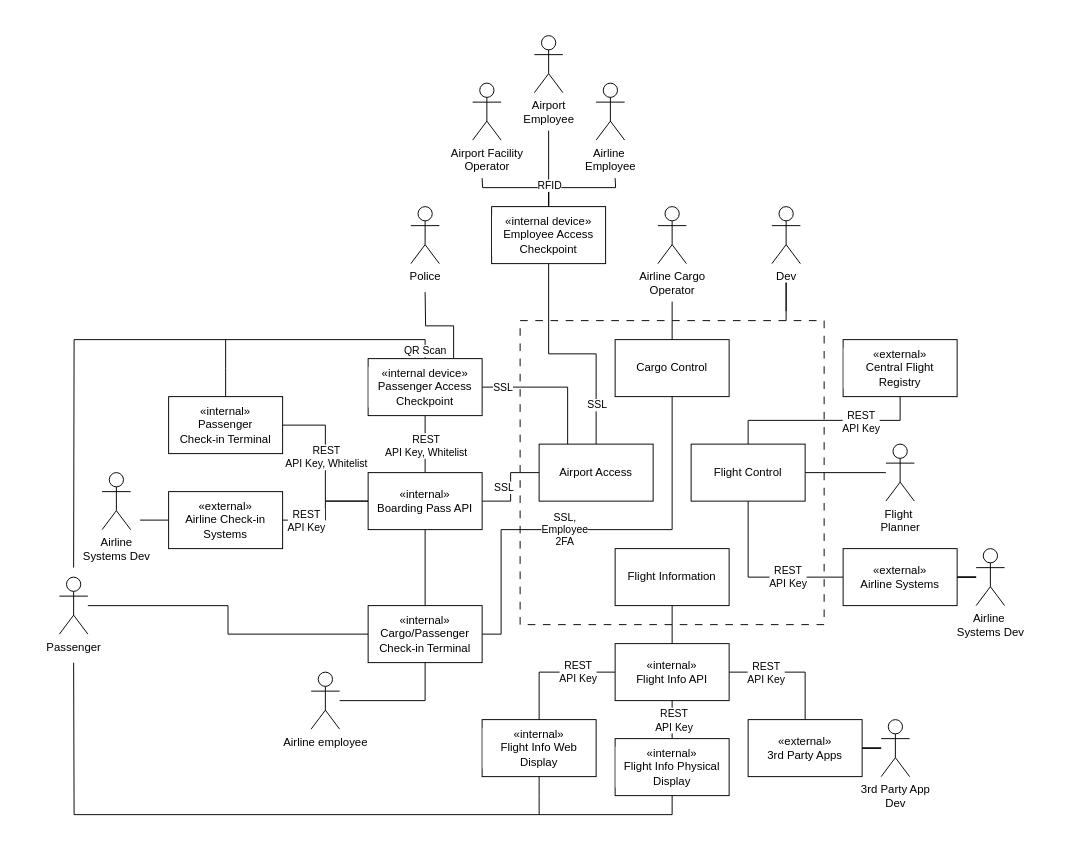
Above: Diagrams/formal_context_diagram.drawio in oskarbreindahl/Softwarebyggehygge (draw.io), before the change. Source tidied: cells renumbered, new cells numbered last; positions are measured from the earlier drawing's top-left corner, leaving out a move shared by most shapes. Both pictures are drawn from the tidied source at 95%, with x=0, y=0 at pixel (16, 16).
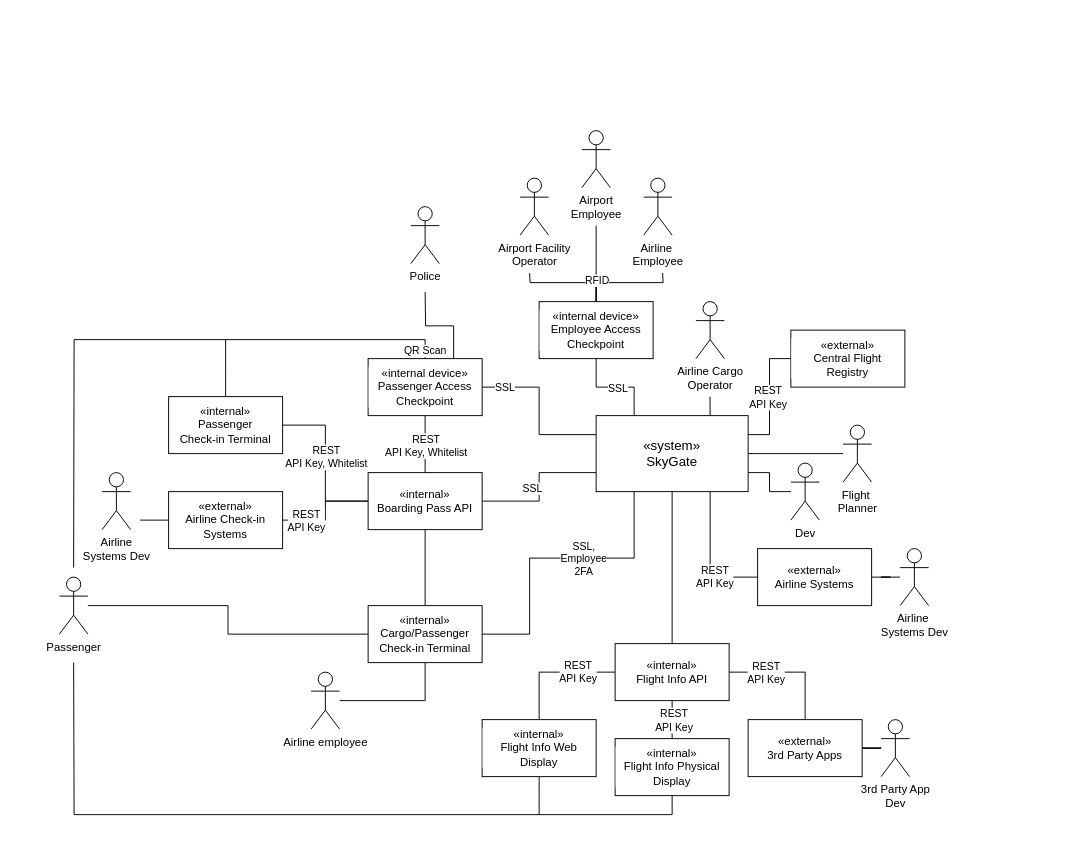
The same page after the edit.

Unchanged cells that the change refers to:
```xml
<mxCell id="32" value="&lt;div&gt;&lt;font style=&quot;font-size: 12px;&quot;&gt;«internal»&lt;/font&gt;&lt;/div&gt;&lt;div&gt;&lt;font style=&quot;font-size: 12px;&quot;&gt;Flight Info API&lt;br&gt;&lt;/font&gt;&lt;/div&gt;" style="html=1;whiteSpace=wrap;rounded=0;strokeColor=default;align=center;verticalAlign=middle;fontFamily=Helvetica;fontSize=11;fontColor=default;labelBackgroundColor=default;fillColor=default;" parent="1" vertex="1">
  <mxGeometry x="630" y="660" width="120" height="60" as="geometry" />
</mxCell>
<mxCell id="39" value="&lt;div&gt;&lt;font style=&quot;font-size: 12px;&quot;&gt;«internal»&lt;/font&gt;&lt;/div&gt;&lt;div&gt;&lt;font style=&quot;font-size: 12px;&quot;&gt;Boarding Pass API&lt;br&gt;&lt;/font&gt;&lt;/div&gt;" style="html=1;whiteSpace=wrap;rounded=0;strokeColor=default;align=center;verticalAlign=middle;fontFamily=Helvetica;fontSize=11;fontColor=default;labelBackgroundColor=default;fillColor=default;" parent="1" vertex="1">
  <mxGeometry x="370" y="480" width="120" height="60" as="geometry" />
</mxCell>
<mxCell id="51" value="&lt;div&gt;&lt;font style=&quot;font-size: 12px;&quot;&gt;«internal device»&lt;/font&gt;&lt;/div&gt;&lt;div&gt;&lt;font style=&quot;font-size: 12px;&quot;&gt;Passenger Access Checkpoint&lt;br&gt;&lt;/font&gt;&lt;/div&gt;" style="html=1;whiteSpace=wrap;rounded=0;strokeColor=default;align=center;verticalAlign=middle;fontFamily=Helvetica;fontSize=11;fontColor=default;labelBackgroundColor=default;fillColor=default;" parent="1" vertex="1">
  <mxGeometry x="370" y="360" width="120" height="60" as="geometry" />
</mxCell>
<mxCell id="52" value="&lt;div&gt;&lt;font style=&quot;font-size: 12px;&quot;&gt;«internal»&lt;/font&gt;&lt;/div&gt;&lt;div&gt;&lt;font style=&quot;font-size: 12px;&quot;&gt;Cargo/Passenger&lt;/font&gt;&lt;/div&gt;&lt;div&gt;&lt;font style=&quot;font-size: 12px;&quot;&gt;Check-in Terminal&lt;br&gt;&lt;/font&gt;&lt;/div&gt;" style="html=1;whiteSpace=wrap;rounded=0;strokeColor=default;align=center;verticalAlign=middle;fontFamily=Helvetica;fontSize=11;fontColor=default;labelBackgroundColor=default;fillColor=default;" parent="1" vertex="1">
  <mxGeometry x="370" y="620" width="120" height="60" as="geometry" />
</mxCell>
```

What changed in the source:
```diff
@@
     <mxCell id="2" style="rounded=0;whiteSpace=wrap;html=1;strokeColor=none;align=center;verticalAlign=middle;fontFamily=Helvetica;fontSize=11;fontColor=default;labelBackgroundColor=default;fillColor=default;" parent="1" vertex="1">
-      <mxGeometry width="1090" height="880" as="geometry" />
+      <mxGeometry x="10" y="100" width="990" height="770" as="geometry" />
     </mxCell>
-    <mxCell id="3" style="rounded=0;whiteSpace=wrap;html=1;strokeColor=default;dashed=1;dashPattern=8 8;fillColor=none;" parent="1" vertex="1">
-      <mxGeometry x="530" y="320" width="320" height="320" as="geometry" />
-    </mxCell>
-    <mxCell id="4" style="edgeStyle=orthogonalEdgeStyle;rounded=0;jettySize=auto;html=1;exitX=0.5;exitY=0;exitDx=0;exitDy=0;strokeColor=default;align=center;verticalAlign=middle;fontFamily=Helvetica;fontSize=11;fontColor=default;labelBackgroundColor=default;endArrow=none;endFill=0;" parent="1" edge="1" source="7">
-      <mxGeometry relative="1" as="geometry">
-        <mxPoint x="690" y="300" as="targetPoint" />
-      </mxGeometry>
-    </mxCell>
-    <mxCell id="5" style="edgeStyle=orthogonalEdgeStyle;rounded=0;jettySize=auto;html=1;exitX=0.5;exitY=1;exitDx=0;exitDy=0;entryX=1;entryY=0.5;entryDx=0;entryDy=0;strokeColor=default;align=center;verticalAlign=middle;fontFamily=Helvetica;fontSize=11;fontColor=default;labelBackgroundColor=default;endArrow=none;endFill=0;" parent="1" edge="1" source="7" target="52">
-      <mxGeometry relative="1" as="geometry">
-        <Array as="points">
-          <mxPoint x="690" y="540" />
-          <mxPoint x="510" y="540" />
-          <mxPoint x="510" y="650" />
-        </Array>
-      </mxGeometry>
-    </mxCell>
-    <mxCell id="6" value="&lt;div&gt;SSL, &lt;br&gt;&lt;/div&gt;&lt;div&gt;Employee&lt;/div&gt;&lt;div&gt;2FA&lt;br&gt;&lt;/div&gt;" style="edgeLabel;html=1;align=center;verticalAlign=middle;rounded=0;strokeColor=default;fontFamily=Helvetica;fontSize=11;fontColor=default;labelBackgroundColor=default;fillColor=default;" parent="5" vertex="1">
-      <mxGeometry x="0.13" y="-1" relative="1" as="geometry" />
-    </mxCell>
-    <mxCell id="7" value="Cargo Control" style="rounded=0;whiteSpace=wrap;html=1;" parent="1" vertex="1">
-      <mxGeometry x="630" y="340" width="120" height="60" as="geometry" />
-    </mxCell>
-    <mxCell id="8" style="edgeStyle=orthogonalEdgeStyle;rounded=0;jettySize=auto;html=1;exitX=1;exitY=0.5;exitDx=0;exitDy=0;endArrow=none;endFill=0;" parent="1" edge="1" source="13" target="23">
-      <mxGeometry relative="1" as="geometry" />
-    </mxCell>
-    <mxCell id="9" style="edgeStyle=orthogonalEdgeStyle;rounded=0;jettySize=auto;html=1;exitX=0.5;exitY=0;exitDx=0;exitDy=0;entryX=0.5;entryY=1;entryDx=0;entryDy=0;strokeColor=default;align=center;verticalAlign=middle;fontFamily=Helvetica;fontSize=11;fontColor=default;labelBackgroundColor=default;endArrow=none;endFill=0;" parent="1" edge="1" source="13" target="24">
+    <mxCell id="9" style="edgeStyle=orthogonalEdgeStyle;rounded=0;jettySize=auto;html=1;exitX=1;exitY=0.25;exitDx=0;exitDy=0;entryX=0;entryY=0.5;entryDx=0;entryDy=0;strokeColor=default;align=center;verticalAlign=middle;fontFamily=Helvetica;fontSize=11;fontColor=default;labelBackgroundColor=default;endArrow=none;endFill=0;" parent="1" edge="1" source="83" target="24">
       <mxGeometry relative="1" as="geometry" />
     </mxCell>
     <mxCell id="10" value="&lt;div&gt;REST &lt;br&gt;&lt;/div&gt;&lt;div&gt;API Key&lt;br&gt;&lt;/div&gt;" style="edgeLabel;html=1;align=center;verticalAlign=middle;rounded=0;strokeColor=default;fontFamily=Helvetica;fontSize=11;fontColor=default;labelBackgroundColor=default;fillColor=default;" parent="9" vertex="1">
-      <mxGeometry x="0.36" y="-1" relative="1" as="geometry" />
+      <mxGeometry x="0.36" y="-1" relative="1" as="geometry">
+        <mxPoint x="-3" y="23" as="offset" />
+      </mxGeometry>
     </mxCell>
-    <mxCell id="11" style="edgeStyle=orthogonalEdgeStyle;rounded=0;jettySize=auto;html=1;exitX=0.5;exitY=1;exitDx=0;exitDy=0;entryX=0;entryY=0.5;entryDx=0;entryDy=0;strokeColor=default;align=center;verticalAlign=middle;fontFamily=Helvetica;fontSize=11;fontColor=default;labelBackgroundColor=default;endArrow=none;endFill=0;" parent="1" edge="1" source="13" target="26">
+    <mxCell id="11" style="edgeStyle=orthogonalEdgeStyle;rounded=0;jettySize=auto;html=1;exitX=0.75;exitY=1;exitDx=0;exitDy=0;entryX=0;entryY=0.5;entryDx=0;entryDy=0;strokeColor=default;align=center;verticalAlign=middle;fontFamily=Helvetica;fontSize=11;fontColor=default;labelBackgroundColor=default;endArrow=none;endFill=0;" parent="1" edge="1" source="83" target="26">
       <mxGeometry relative="1" as="geometry" />
     </mxCell>
@@
-    <mxCell id="13" value="Flight Control" style="rounded=0;whiteSpace=wrap;html=1;" parent="1" vertex="1">
-      <mxGeometry x="710" y="450" width="120" height="60" as="geometry" />
-    </mxCell>
-    <mxCell id="14" style="edgeStyle=orthogonalEdgeStyle;rounded=0;jettySize=auto;html=1;exitX=0;exitY=0.5;exitDx=0;exitDy=0;entryX=1;entryY=0.5;entryDx=0;entryDy=0;strokeColor=default;align=center;verticalAlign=middle;fontFamily=Helvetica;fontSize=11;fontColor=default;labelBackgroundColor=default;endArrow=none;endFill=0;" parent="1" edge="1" source="20" target="39">
+    <mxCell id="14" style="edgeStyle=orthogonalEdgeStyle;rounded=0;jettySize=auto;html=1;exitX=0;exitY=0.75;exitDx=0;exitDy=0;entryX=1;entryY=0.5;entryDx=0;entryDy=0;strokeColor=default;align=center;verticalAlign=middle;fontFamily=Helvetica;fontSize=11;fontColor=default;labelBackgroundColor=default;endArrow=none;endFill=0;" parent="1" edge="1" source="83" target="39">
       <mxGeometry relative="1" as="geometry" />
     </mxCell>
@@
-    <mxCell id="16" style="edgeStyle=orthogonalEdgeStyle;rounded=0;jettySize=auto;html=1;exitX=0.25;exitY=0;exitDx=0;exitDy=0;entryX=1;entryY=0.5;entryDx=0;entryDy=0;strokeColor=default;align=center;verticalAlign=middle;fontFamily=Helvetica;fontSize=11;fontColor=default;labelBackgroundColor=default;endArrow=none;endFill=0;" parent="1" edge="1" source="20" target="51">
+    <mxCell id="16" style="edgeStyle=orthogonalEdgeStyle;rounded=0;jettySize=auto;html=1;exitX=0;exitY=0.25;exitDx=0;exitDy=0;entryX=1;entryY=0.5;entryDx=0;entryDy=0;strokeColor=default;align=center;verticalAlign=middle;fontFamily=Helvetica;fontSize=11;fontColor=default;labelBackgroundColor=default;endArrow=none;endFill=0;" parent="1" edge="1" source="83" target="51">
       <mxGeometry relative="1" as="geometry" />
     </mxCell>
@@
-    <mxCell id="18" style="edgeStyle=orthogonalEdgeStyle;rounded=0;jettySize=auto;html=1;exitX=0.5;exitY=0;exitDx=0;exitDy=0;entryX=0.5;entryY=1;entryDx=0;entryDy=0;strokeColor=default;align=center;verticalAlign=middle;fontFamily=Helvetica;fontSize=11;fontColor=default;labelBackgroundColor=default;endArrow=none;endFill=0;" parent="1" edge="1" source="20" target="69">
-      <mxGeometry relative="1" as="geometry" />
-    </mxCell>
-    <mxCell id="19" value="SSL" style="edgeLabel;html=1;align=center;verticalAlign=middle;rounded=0;strokeColor=default;fontFamily=Helvetica;fontSize=11;fontColor=default;labelBackgroundColor=default;fillColor=default;" parent="18" vertex="1">
-      <mxGeometry x="-0.65" relative="1" as="geometry" />
-    </mxCell>
-    <mxCell id="20" value="Airport Access" style="rounded=0;whiteSpace=wrap;html=1;" parent="1" vertex="1">
-      <mxGeometry x="550" y="450" width="120" height="60" as="geometry" />
-    </mxCell>
-    <mxCell id="21" style="edgeStyle=orthogonalEdgeStyle;rounded=0;jettySize=auto;html=1;exitX=0.5;exitY=1;exitDx=0;exitDy=0;entryX=0.5;entryY=0;entryDx=0;entryDy=0;strokeColor=default;align=center;verticalAlign=middle;fontFamily=Helvetica;fontSize=11;fontColor=default;labelBackgroundColor=default;endArrow=none;endFill=0;" parent="1" edge="1" source="22" target="32">
-      <mxGeometry relative="1" as="geometry" />
-    </mxCell>
-    <mxCell id="22" value="Flight Information" style="rounded=0;whiteSpace=wrap;html=1;" parent="1" vertex="1">
-      <mxGeometry x="630" y="560" width="120" height="60" as="geometry" />
-    </mxCell>
     <mxCell id="23" value="&lt;div&gt;Flight&amp;nbsp;&lt;/div&gt;&lt;div&gt;Planner&lt;/div&gt;" style="shape=umlActor;verticalLabelPosition=bottom;verticalAlign=top;html=1;outlineConnect=0;" parent="1" vertex="1">
-      <mxGeometry x="915" y="450" width="30" height="60" as="geometry" />
+      <mxGeometry x="870" y="430" width="30" height="60" as="geometry" />
     </mxCell>
     <mxCell id="24" value="&lt;div&gt;&lt;font style=&quot;font-size: 12px;&quot;&gt;«external»&lt;/font&gt;&lt;/div&gt;&lt;div&gt;&lt;font style=&quot;font-size: 12px;&quot;&gt;Central Flight Registry&lt;br&gt;&lt;/font&gt;&lt;/div&gt;" style="html=1;whiteSpace=wrap;rounded=0;strokeColor=default;align=center;verticalAlign=middle;fontFamily=Helvetica;fontSize=11;fontColor=default;labelBackgroundColor=default;fillColor=default;" parent="1" vertex="1">
-      <mxGeometry x="870" y="340" width="120" height="60" as="geometry" />
+      <mxGeometry x="815" y="330" width="120" height="60" as="geometry" />
     </mxCell>
@@
     <mxCell id="26" value="&lt;div&gt;&lt;font style=&quot;font-size: 12px;&quot;&gt;«external»&lt;/font&gt;&lt;/div&gt;&lt;div&gt;&lt;font style=&quot;font-size: 12px;&quot;&gt;Airline Systems&lt;br&gt;&lt;/font&gt;&lt;/div&gt;" style="html=1;whiteSpace=wrap;rounded=0;strokeColor=default;align=center;verticalAlign=middle;fontFamily=Helvetica;fontSize=11;fontColor=default;labelBackgroundColor=default;fillColor=default;" parent="1" vertex="1">
-      <mxGeometry x="870" y="560" width="120" height="60" as="geometry" />
+      <mxGeometry x="780" y="560" width="120" height="60" as="geometry" />
     </mxCell>
     <mxCell id="27" value="&lt;div&gt;Airline&amp;nbsp;&lt;/div&gt;&lt;div&gt;Systems Dev&lt;/div&gt;" style="shape=umlActor;verticalLabelPosition=bottom;verticalAlign=top;html=1;outlineConnect=0;" parent="1" vertex="1">
-      <mxGeometry x="1010" y="560" width="30" height="60" as="geometry" />
+      <mxGeometry x="930" y="560" width="30" height="60" as="geometry" />
     </mxCell>
@@
+    <mxCell id="77" style="edgeStyle=orthogonalEdgeStyle;rounded=0;jettySize=auto;html=1;exitX=0.5;exitY=0;exitDx=0;exitDy=0;entryX=0.5;entryY=1;entryDx=0;entryDy=0;strokeColor=default;align=center;verticalAlign=middle;fontFamily=Helvetica;fontSize=11;fontColor=default;labelBackgroundColor=default;endArrow=none;endFill=0;" parent="1" edge="1" source="32" target="83">
+      <mxGeometry relative="1" as="geometry" />
+    </mxCell>
@@
     <mxCell id="33" value="&lt;div&gt;Airline Cargo&lt;/div&gt;&lt;div&gt;Operator&lt;br&gt;&lt;/div&gt;" style="shape=umlActor;verticalLabelPosition=bottom;verticalAlign=top;html=1;" parent="1" vertex="1">
-      <mxGeometry x="675" y="200" width="30" height="60" as="geometry" />
+      <mxGeometry x="715" y="300" width="30" height="60" as="geometry" />
     </mxCell>
@@
+    <mxCell id="78" style="edgeStyle=orthogonalEdgeStyle;rounded=0;jettySize=auto;html=1;exitX=1;exitY=0.5;exitDx=0;exitDy=0;entryX=0.25;entryY=1;entryDx=0;entryDy=0;strokeColor=default;align=center;verticalAlign=middle;fontFamily=Helvetica;fontSize=11;fontColor=default;labelBackgroundColor=default;endArrow=none;endFill=0;" parent="1" edge="1" source="52" target="83">
+      <mxGeometry relative="1" as="geometry">
+        <Array as="points">
+          <mxPoint x="540" y="650" />
+          <mxPoint x="540" y="570" />
+          <mxPoint x="650" y="570" />
+        </Array>
+      </mxGeometry>
+    </mxCell>
+    <mxCell id="6" value="&lt;div&gt;SSL, &lt;br&gt;&lt;/div&gt;&lt;div&gt;Employee&lt;/div&gt;&lt;div&gt;2FA&lt;br&gt;&lt;/div&gt;" style="edgeLabel;html=1;align=center;verticalAlign=middle;fontFamily=Helvetica;fontSize=11;fontColor=default;labelBackgroundColor=default;" parent="78" vertex="1">
+      <mxGeometry x="0.2" relative="1" as="geometry" />
+    </mxCell>
@@
     <mxCell id="65" style="edgeStyle=orthogonalEdgeStyle;rounded=0;jettySize=auto;html=1;exitX=0.5;exitY=0;exitDx=0;exitDy=0;strokeColor=default;align=center;verticalAlign=middle;fontFamily=Helvetica;fontSize=11;fontColor=default;labelBackgroundColor=default;endArrow=none;endFill=0;" parent="1" edge="1" source="69">
       <mxGeometry relative="1" as="geometry">
-        <mxPoint x="630" y="170" as="targetPoint" />
+        <mxPoint x="680" y="270" as="targetPoint" />
       </mxGeometry>
     </mxCell>
     <mxCell id="66" style="edgeStyle=orthogonalEdgeStyle;rounded=0;jettySize=auto;html=1;exitX=0.5;exitY=0;exitDx=0;exitDy=0;strokeColor=default;align=center;verticalAlign=middle;fontFamily=Helvetica;fontSize=11;fontColor=default;labelBackgroundColor=default;endArrow=none;endFill=0;" parent="1" edge="1" source="69">
       <mxGeometry relative="1" as="geometry">
-        <mxPoint x="490" y="170" as="targetPoint" />
+        <mxPoint x="540" y="270" as="targetPoint" />
       </mxGeometry>
     </mxCell>
     <mxCell id="67" style="edgeStyle=orthogonalEdgeStyle;rounded=0;jettySize=auto;html=1;exitX=0.5;exitY=0;exitDx=0;exitDy=0;strokeColor=default;align=center;verticalAlign=middle;fontFamily=Helvetica;fontSize=11;fontColor=default;labelBackgroundColor=default;endArrow=none;endFill=0;" parent="1" edge="1" source="69">
       <mxGeometry relative="1" as="geometry">
-        <mxPoint x="560" y="120" as="targetPoint" />
+        <mxPoint x="610" y="220" as="targetPoint" />
       </mxGeometry>
     </mxCell>
@@
     <mxCell id="69" value="&lt;div&gt;&lt;font style=&quot;font-size: 12px;&quot;&gt;«internal device»&lt;/font&gt;&lt;/div&gt;&lt;div&gt;&lt;font style=&quot;font-size: 12px;&quot;&gt;Employee Access Checkpoint&lt;br&gt;&lt;/font&gt;&lt;/div&gt;" style="html=1;whiteSpace=wrap;rounded=0;strokeColor=default;align=center;verticalAlign=middle;fontFamily=Helvetica;fontSize=11;fontColor=default;labelBackgroundColor=default;fillColor=default;" parent="1" vertex="1">
-      <mxGeometry x="500" y="200" width="120" height="60" as="geometry" />
+      <mxGeometry x="550" y="300" width="120" height="60" as="geometry" />
     </mxCell>
     <mxCell id="70" value="&lt;div&gt;Airline&amp;nbsp;&lt;/div&gt;&lt;div&gt;Employee&lt;/div&gt;" style="shape=umlActor;verticalLabelPosition=bottom;verticalAlign=top;html=1;" parent="1" vertex="1">
-      <mxGeometry x="610" y="70" width="30" height="60" as="geometry" />
+      <mxGeometry x="660" y="170" width="30" height="60" as="geometry" />
     </mxCell>
     <mxCell id="71" value="&lt;div&gt;Airport &lt;br&gt;&lt;/div&gt;&lt;div&gt;Employee&lt;br&gt;&lt;/div&gt;" style="shape=umlActor;verticalLabelPosition=bottom;verticalAlign=top;html=1;" parent="1" vertex="1">
-      <mxGeometry x="545" y="20" width="30" height="60" as="geometry" />
+      <mxGeometry x="595" y="120" width="30" height="60" as="geometry" />
     </mxCell>
     <mxCell id="72" value="&lt;div&gt;Airport Facility&lt;/div&gt;&lt;div&gt;Operator&lt;br&gt;&lt;/div&gt;" style="shape=umlActor;verticalLabelPosition=bottom;verticalAlign=top;html=1;" parent="1" vertex="1">
-      <mxGeometry x="480" y="70" width="30" height="60" as="geometry" />
+      <mxGeometry x="530" y="170" width="30" height="60" as="geometry" />
     </mxCell>
     <mxCell id="73" value="Dev" style="shape=umlActor;verticalLabelPosition=bottom;verticalAlign=top;html=1;outlineConnect=0;" parent="1" vertex="1">
-      <mxGeometry x="795" y="200" width="30" height="60" as="geometry" />
+      <mxGeometry x="815" y="470" width="30" height="60" as="geometry" />
     </mxCell>
-    <mxCell id="74" style="endArrow=none;html=1;rounded=0;strokeColor=default;align=center;verticalAlign=middle;fontFamily=Helvetica;fontSize=11;fontColor=default;labelBackgroundColor=default;edgeStyle=orthogonalEdgeStyle;" parent="1" edge="1">
-      <mxGeometry relative="1" as="geometry">
-        <mxPoint x="810" y="310" as="sourcePoint" />
-        <mxPoint x="810" y="280" as="targetPoint" />
-      </mxGeometry>
-    </mxCell>
-    <mxCell id="75" style="endArrow=none;html=1;rounded=0;strokeColor=default;align=center;verticalAlign=middle;fontFamily=Helvetica;fontSize=11;fontColor=default;labelBackgroundColor=default;edgeStyle=orthogonalEdgeStyle;exitX=0.875;exitY=0;exitDx=0;exitDy=0;exitPerimeter=0;" parent="1" edge="1" source="3">
-      <mxGeometry relative="1" as="geometry">
-        <mxPoint x="810" y="280" as="targetPoint" />
-      </mxGeometry>
-    </mxCell>
@@
+    <mxCell id="79" style="edgeStyle=orthogonalEdgeStyle;rounded=0;jettySize=auto;html=1;exitX=1;exitY=0.5;exitDx=0;exitDy=0;endArrow=none;endFill=0;" parent="1" edge="1" source="83" target="23">
+      <mxGeometry relative="1" as="geometry" />
+    </mxCell>
+    <mxCell id="80" style="edgeStyle=orthogonalEdgeStyle;rounded=0;jettySize=auto;html=1;exitX=1;exitY=0.75;exitDx=0;exitDy=0;strokeColor=default;align=center;verticalAlign=middle;fontFamily=Helvetica;fontSize=11;fontColor=default;labelBackgroundColor=default;endArrow=none;endFill=0;" parent="1" edge="1" source="83" target="73">
+      <mxGeometry relative="1" as="geometry" />
+    </mxCell>
+    <mxCell id="81" style="edgeStyle=orthogonalEdgeStyle;rounded=0;jettySize=auto;html=1;exitX=0.75;exitY=0;exitDx=0;exitDy=0;strokeColor=default;align=center;verticalAlign=middle;fontFamily=Helvetica;fontSize=11;fontColor=default;labelBackgroundColor=default;endArrow=none;endFill=0;" parent="1" edge="1" source="83">
+      <mxGeometry relative="1" as="geometry">
+        <mxPoint x="729.9" y="400" as="targetPoint" />
+      </mxGeometry>
+    </mxCell>
+    <mxCell id="82" style="edgeStyle=orthogonalEdgeStyle;rounded=0;jettySize=auto;html=1;exitX=0.25;exitY=0;exitDx=0;exitDy=0;entryX=0.5;entryY=1;entryDx=0;entryDy=0;strokeColor=default;align=center;verticalAlign=middle;fontFamily=Helvetica;fontSize=11;fontColor=default;labelBackgroundColor=default;endArrow=none;endFill=0;" parent="1" edge="1" source="83" target="69">
+      <mxGeometry relative="1" as="geometry" />
+    </mxCell>
+    <mxCell id="19" value="SSL" style="edgeLabel;html=1;align=center;verticalAlign=middle;fontFamily=Helvetica;fontSize=11;fontColor=default;labelBackgroundColor=default;" parent="82" vertex="1">
+      <mxGeometry x="-0.04" y="1" relative="1" as="geometry" />
+    </mxCell>
+    <mxCell id="83" value="&lt;font style=&quot;font-size: 14px;&quot;&gt;«system»&lt;/font&gt;&lt;br&gt;&lt;font style=&quot;font-size: 14px;&quot;&gt;SkyGate&lt;/font&gt;" style="rounded=0;whiteSpace=wrap;html=1;" parent="1" vertex="1">
+      <mxGeometry x="610" y="420" width="160" height="80" as="geometry" />
+    </mxCell>
```
